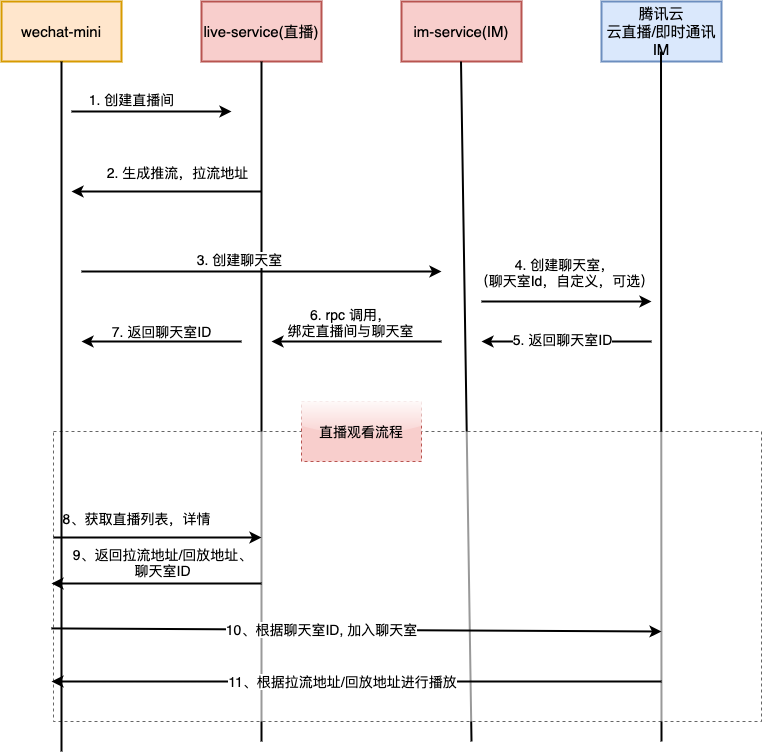
Earlier version of the draw.io export 腾讯直播IM集成方案.png (fxbin/Image-Of-MySelf). Source tidied: cells renumbered, new cells last; positions are measured from the earlier drawing's top-left corner, leaving out a move shared by most shapes.
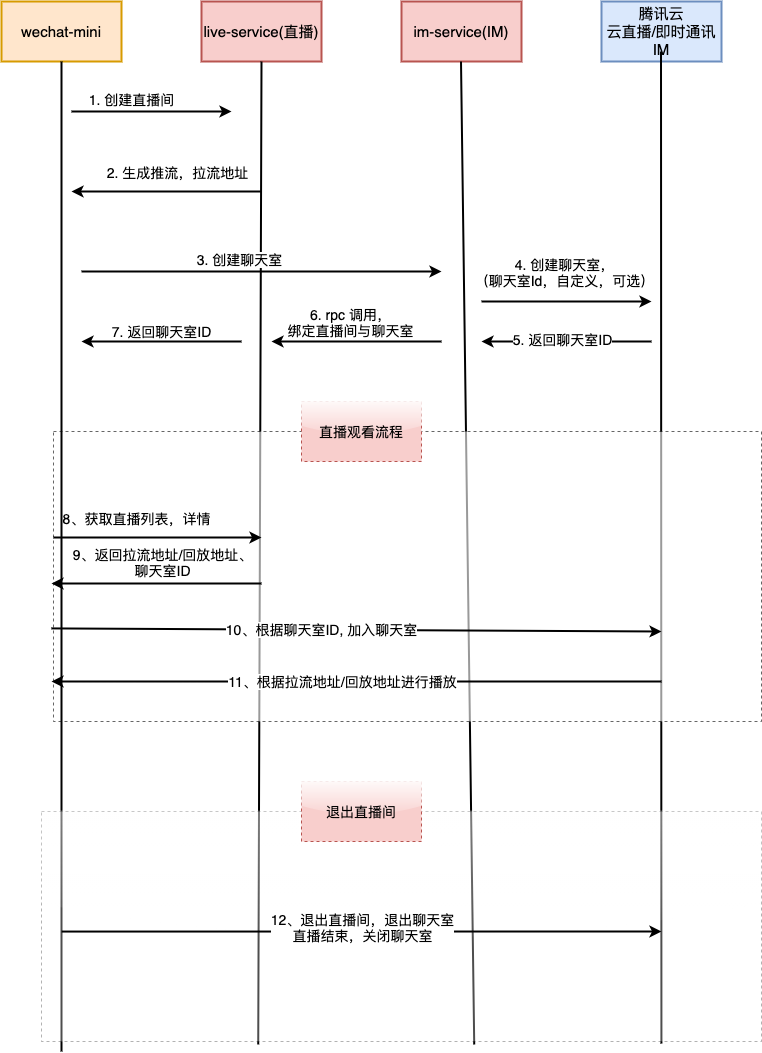
After the change.

Commit message:
更新腾讯直播IM集成方案.png

Diff of the diagram source:
```diff
@@ -39,10 +39,8 @@
         <mxPoint x="-42" y="-25" as="offset" />
       </mxGeometry>
     </mxCell>
-    <mxCell id="10" style="endArrow=none;html=1;fontSize=14;strokeWidth=2;entryX=0.5;entryY=1;entryDx=0;entryDy=0;" parent="1" edge="1" target="3">
-      <mxGeometry relative="1" as="geometry">
-        <mxPoint x="260" y="740" as="sourcePoint" />
-      </mxGeometry>
+    <mxCell id="10" style="endArrow=none;html=1;fontSize=14;strokeWidth=2;entryX=0.5;entryY=1;entryDx=0;entryDy=0;exitX=0.301;exitY=1.013;exitDx=0;exitDy=0;exitPerimeter=0;" parent="1" edge="1" source="35" target="3">
+      <mxGeometry relative="1" as="geometry" />
     </mxCell>
     <mxCell id="11" style="endArrow=classic;html=1;strokeWidth=2;" parent="1" edge="1">
       <mxGeometry relative="1" as="geometry">
@@ -66,15 +64,13 @@
         <mxPoint x="44" y="-25" as="offset" />
       </mxGeometry>
     </mxCell>
-    <mxCell id="15" style="endArrow=none;html=1;fontSize=14;strokeWidth=2;entryX=0.5;entryY=1;entryDx=0;entryDy=0;" parent="1" edge="1">
+    <mxCell id="15" style="endArrow=none;html=1;fontSize=14;strokeWidth=2;entryX=0.5;entryY=1;entryDx=0;entryDy=0;exitX=0.601;exitY=1.013;exitDx=0;exitDy=0;exitPerimeter=0;" parent="1" edge="1" source="35">
       <mxGeometry relative="1" as="geometry">
-        <mxPoint x="470" y="740" as="sourcePoint" />
         <mxPoint x="459.5" y="60" as="targetPoint" />
       </mxGeometry>
     </mxCell>
-    <mxCell id="16" style="endArrow=none;html=1;fontSize=14;strokeWidth=2;entryX=0.5;entryY=1;entryDx=0;entryDy=0;" parent="1" edge="1">
+    <mxCell id="16" style="endArrow=none;html=1;fontSize=14;strokeWidth=2;entryX=0.5;entryY=1;entryDx=0;entryDy=0;exitX=0.861;exitY=1.009;exitDx=0;exitDy=0;exitPerimeter=0;" parent="1" edge="1" source="35">
       <mxGeometry relative="1" as="geometry">
-        <mxPoint x="660" y="740" as="sourcePoint" />
         <mxPoint x="659.5" y="50" as="targetPoint" />
       </mxGeometry>
     </mxCell>
@@ -165,8 +161,24 @@
     </mxCell>
     <mxCell id="34" style="endArrow=none;html=1;fontSize=14;strokeWidth=2;entryX=0.5;entryY=1;entryDx=0;entryDy=0;" parent="1" edge="1" target="2">
       <mxGeometry relative="1" as="geometry">
-        <mxPoint x="60" y="750" as="sourcePoint" />
+        <mxPoint x="60" y="1050" as="sourcePoint" />
       </mxGeometry>
     </mxCell>
+    <mxCell id="35" style="rounded=0;whiteSpace=wrap;html=1;glass=1;dashed=1;sketch=0;fontSize=14;strokeWidth=1;opacity=30;" parent="1" vertex="1">
+      <mxGeometry x="40" y="810" width="720" height="230" as="geometry" />
+    </mxCell>
+    <mxCell id="36" value="退出直播间" style="rounded=0;whiteSpace=wrap;html=1;glass=1;dashed=1;sketch=0;fontSize=14;strokeWidth=1;perimeterSpacing=0;fillColor=#f8cecc;strokeColor=#b85450;" parent="1" vertex="1">
+      <mxGeometry x="300" y="780" width="120" height="60" as="geometry" />
+    </mxCell>
+    <mxCell id="37" style="endArrow=classic;html=1;fontSize=14;strokeWidth=2;exitX=0.028;exitY=0.522;exitDx=0;exitDy=0;exitPerimeter=0;" parent="1" edge="1" source="35">
+      <mxGeometry relative="1" as="geometry">
+        <mxPoint x="660" y="930" as="targetPoint" />
+      </mxGeometry>
+    </mxCell>
+    <mxCell id="38" value="12、退出直播间，退出聊天室&lt;br&gt;直播结束，关闭聊天室" style="edgeLabel;html=1;align=center;verticalAlign=middle;fontSize=14;" parent="37" vertex="1">
+      <mxGeometry x="-0.13" relative="1" as="geometry">
+        <mxPoint x="38" y="-5" as="offset" />
+      </mxGeometry>
+    </mxCell>
   </root>
 </mxGraphModel>
```
